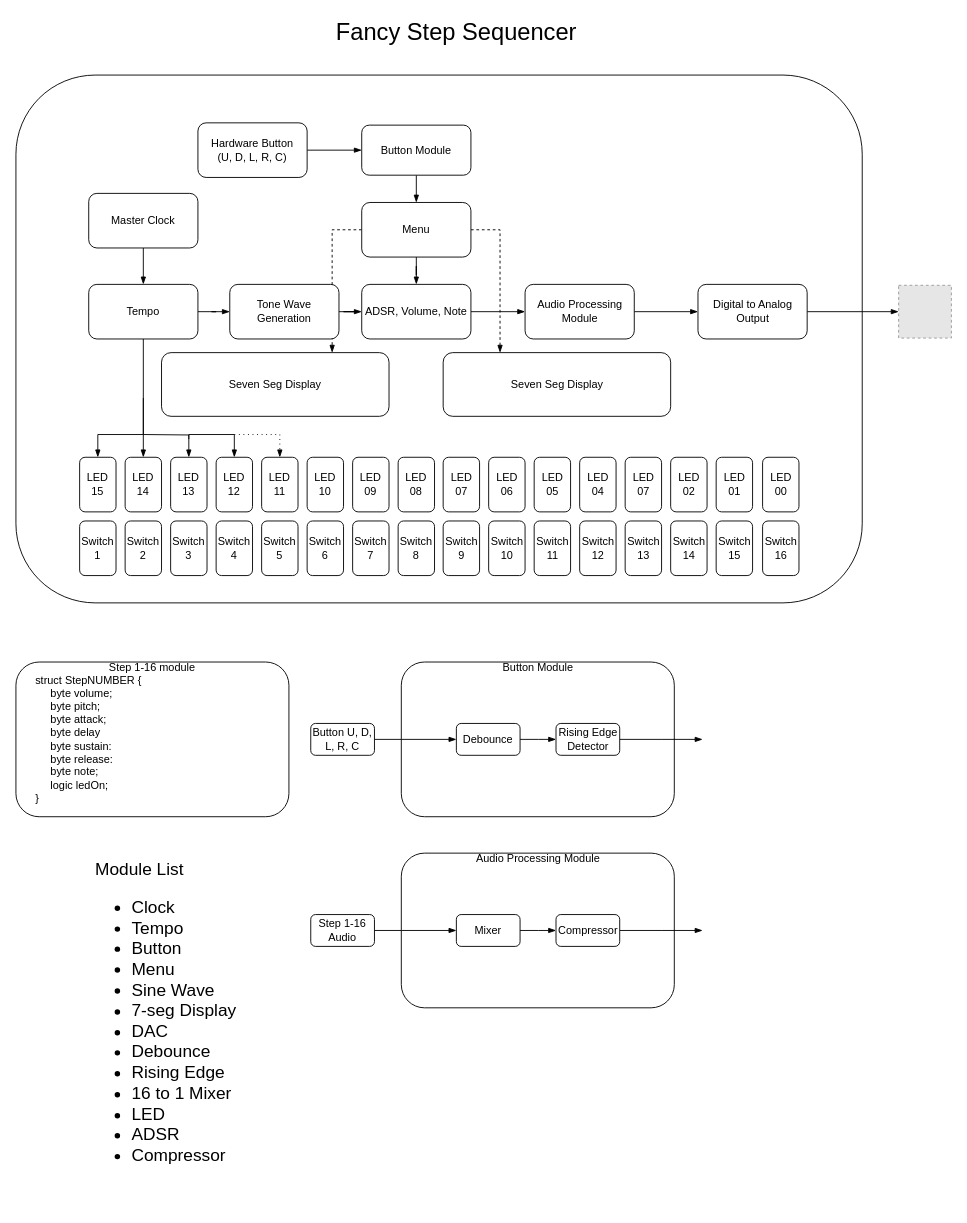
This is system-diagram/SystemDiagram.drawio from nathaniel-drechsler/16-Step-Sequencer, a draw.io file, before an edit. Source tidied: cells renumbered, new cells numbered last; positions are measured from the earlier drawing's top-left corner, leaving out a move shared by most shapes. Both pictures are drawn from the tidied source at 91%, with x=0, y=0 at pixel (15, 15). Pictures stored in the file or linked from it are replaced by grey dashed boxes.
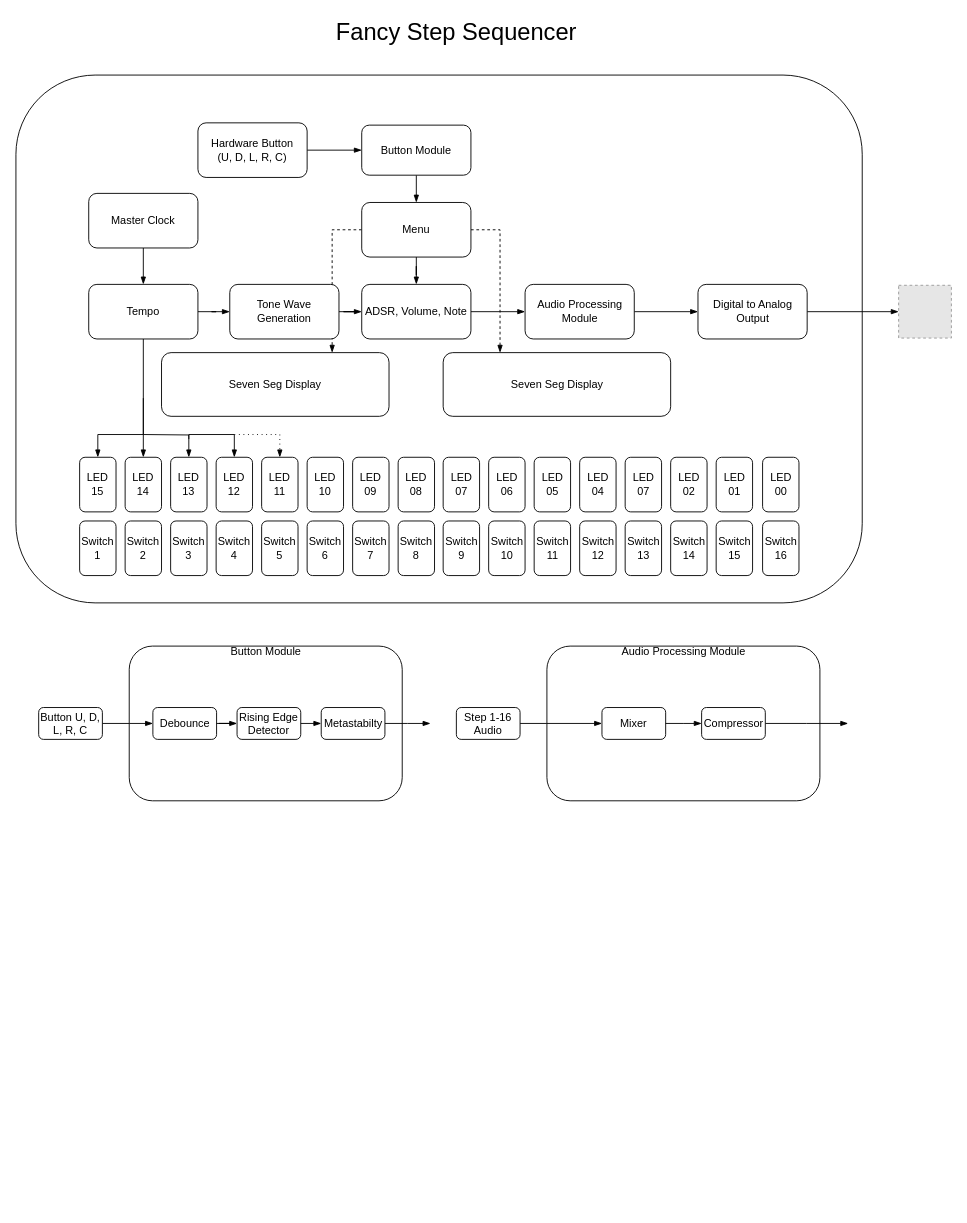
The same page after the edit.

The edit, as a diff of the source:
```diff
@@
     <mxCell id="3" value="&lt;div style=&quot;text-align: left&quot;&gt;&lt;span&gt;Button Module&lt;/span&gt;&lt;/div&gt;&lt;div style=&quot;text-align: left&quot;&gt;&lt;span&gt;&lt;br&gt;&lt;/span&gt;&lt;/div&gt;&lt;div style=&quot;text-align: left&quot;&gt;&lt;span&gt;&lt;br&gt;&lt;/span&gt;&lt;/div&gt;&lt;div style=&quot;text-align: left&quot;&gt;&lt;span&gt;&lt;br&gt;&lt;/span&gt;&lt;/div&gt;&lt;div style=&quot;text-align: left&quot;&gt;&lt;span&gt;&lt;br&gt;&lt;/span&gt;&lt;/div&gt;&lt;div style=&quot;text-align: left&quot;&gt;&lt;span&gt;&lt;br&gt;&lt;/span&gt;&lt;/div&gt;&lt;div style=&quot;text-align: left&quot;&gt;&lt;span&gt;&lt;br&gt;&lt;/span&gt;&lt;/div&gt;&lt;div style=&quot;text-align: left&quot;&gt;&lt;span&gt;&lt;br&gt;&lt;/span&gt;&lt;/div&gt;&lt;div style=&quot;text-align: left&quot;&gt;&lt;span&gt;&lt;br&gt;&lt;/span&gt;&lt;/div&gt;&lt;div style=&quot;text-align: left&quot;&gt;&lt;span&gt;&lt;br&gt;&lt;/span&gt;&lt;/div&gt;&lt;div style=&quot;text-align: left&quot;&gt;&lt;span&gt;&lt;br&gt;&lt;/span&gt;&lt;/div&gt;&lt;div style=&quot;text-align: left&quot;&gt;&lt;span&gt;&lt;br&gt;&lt;/span&gt;&lt;/div&gt;" style="rounded=1;whiteSpace=wrap;html=1;" parent="1" vertex="1">
-      <mxGeometry x="423.5" y="710" width="300" height="170" as="geometry" />
+      <mxGeometry x="124.5" y="692.5" width="300" height="170" as="geometry" />
     </mxCell>
@@
-    <mxCell id="23" style="group;" parent="1" vertex="1">
-      <mxGeometry y="710" width="300" height="170" as="geometry" />
-    </mxCell>
-    <mxCell id="24" value="Step 1-16 module&lt;br&gt;&lt;br&gt;&lt;br&gt;&lt;br&gt;&lt;br&gt;&lt;br&gt;&lt;br&gt;&lt;br&gt;&lt;br&gt;&lt;br&gt;&lt;br&gt;&lt;br&gt;" style="rounded=1;whiteSpace=wrap;html=1;" parent="23" vertex="1">
-      <mxGeometry width="300" height="170" as="geometry" />
-    </mxCell>
-    <mxCell id="25" value="&lt;div style=&quot;text-align: left&quot;&gt;struct StepNUMBER {&lt;/div&gt;&lt;div style=&quot;text-align: left&quot;&gt;&amp;nbsp; &amp;nbsp; &amp;nbsp;byte volume;&lt;/div&gt;&lt;div style=&quot;text-align: left&quot;&gt;&amp;nbsp; &amp;nbsp; &amp;nbsp;byte pitch;&lt;/div&gt;&lt;div style=&quot;text-align: left&quot;&gt;&amp;nbsp; &amp;nbsp; &amp;nbsp;byte attack;&lt;/div&gt;&lt;div style=&quot;text-align: left&quot;&gt;&amp;nbsp; &amp;nbsp; &amp;nbsp;byte delay&lt;br&gt;&lt;/div&gt;&lt;div style=&quot;text-align: left&quot;&gt;&amp;nbsp; &amp;nbsp; &amp;nbsp;byte sustain:&lt;br&gt;&lt;/div&gt;&lt;div style=&quot;text-align: left&quot;&gt;&amp;nbsp; &amp;nbsp; &amp;nbsp;byte release:&lt;br&gt;&lt;/div&gt;&lt;div style=&quot;text-align: left&quot;&gt;&amp;nbsp; &amp;nbsp; &amp;nbsp;byte note;&lt;/div&gt;&lt;div style=&quot;text-align: left&quot;&gt;&amp;nbsp; &amp;nbsp; &amp;nbsp;logic ledOn;&lt;/div&gt;&lt;div style=&quot;text-align: left&quot;&gt;}&lt;/div&gt;" style="text;html=1;strokeColor=none;fillColor=none;align=center;verticalAlign=middle;whiteSpace=wrap;rounded=0;" parent="23" vertex="1">
-      <mxGeometry x="20" y="15" width="120" height="140" as="geometry" />
-    </mxCell>
@@
     <mxCell id="68" value="Button U, D, L, R, C" style="rounded=1;whiteSpace=wrap;html=1;" parent="1" vertex="1">
-      <mxGeometry x="324" y="777.5" width="70" height="35" as="geometry" />
+      <mxGeometry x="25" y="760" width="70" height="35" as="geometry" />
     </mxCell>
     <mxCell id="69" value="Debounce" style="rounded=1;whiteSpace=wrap;html=1;" parent="1" vertex="1">
-      <mxGeometry x="484" y="777.5" width="70" height="35" as="geometry" />
+      <mxGeometry x="150.5" y="760" width="70" height="35" as="geometry" />
     </mxCell>
-    <mxCell id="70" style="edgeStyle=orthogonalEdgeStyle;rounded=0;jettySize=auto;html=1;endArrow=blockThin;endFill=1;" parent="1" edge="1" source="71">
+    <mxCell id="70" style="edgeStyle=orthogonalEdgeStyle;rounded=0;jettySize=auto;html=1;endArrow=blockThin;endFill=1;exitX=1;exitY=0.5;exitDx=0;exitDy=0;" parent="1" edge="1" source="84">
       <mxGeometry relative="1" as="geometry">
-        <mxPoint x="754.5" y="795" as="targetPoint" />
+        <mxPoint x="455.5" y="777.5" as="targetPoint" />
       </mxGeometry>
     </mxCell>
     <mxCell id="71" value="Rising Edge Detector" style="rounded=1;whiteSpace=wrap;html=1;" parent="1" vertex="1">
-      <mxGeometry x="593.5" y="777.5" width="70" height="35" as="geometry" />
+      <mxGeometry x="243" y="760" width="70" height="35" as="geometry" />
     </mxCell>
@@
-    <mxCell id="73" value="&lt;div style=&quot;text-align: left&quot;&gt;&lt;span style=&quot;font-size: 19px&quot;&gt;Module List&lt;/span&gt;&lt;/div&gt;&lt;font style=&quot;font-size: 19px&quot;&gt;&lt;div style=&quot;text-align: left&quot;&gt;&lt;ul&gt;&lt;li&gt;Clock&lt;br&gt;&lt;/li&gt;&lt;li&gt;Tempo&lt;br&gt;&lt;/li&gt;&lt;li&gt;Button&lt;br&gt;&lt;/li&gt;&lt;li&gt;Menu&lt;br&gt;&lt;/li&gt;&lt;li&gt;Sine Wave&lt;br&gt;&lt;/li&gt;&lt;li&gt;7-seg Display&lt;br&gt;&lt;/li&gt;&lt;li&gt;DAC&lt;/li&gt;&lt;li&gt;Debounce&lt;/li&gt;&lt;li&gt;Rising Edge&lt;/li&gt;&lt;li&gt;16 to 1 Mixer&lt;/li&gt;&lt;li&gt;LED&lt;/li&gt;&lt;li&gt;ADSR&lt;/li&gt;&lt;li&gt;Compressor&lt;/li&gt;&lt;/ul&gt;&lt;/div&gt;&lt;/font&gt;" style="text;html=1;strokeColor=none;fillColor=none;align=center;verticalAlign=middle;whiteSpace=wrap;rounded=0;" parent="1" vertex="1">
-      <mxGeometry x="30" y="900" width="270" height="410" as="geometry" />
-    </mxCell>
@@
     <mxCell id="77" value="&lt;div style=&quot;text-align: left&quot;&gt;Audio Processing Module&lt;/div&gt;&lt;div style=&quot;text-align: left&quot;&gt;&lt;br&gt;&lt;/div&gt;&lt;div style=&quot;text-align: left&quot;&gt;&lt;br&gt;&lt;/div&gt;&lt;div style=&quot;text-align: left&quot;&gt;&lt;br&gt;&lt;/div&gt;&lt;div style=&quot;text-align: left&quot;&gt;&lt;br&gt;&lt;/div&gt;&lt;div style=&quot;text-align: left&quot;&gt;&lt;br&gt;&lt;/div&gt;&lt;div style=&quot;text-align: left&quot;&gt;&lt;br&gt;&lt;/div&gt;&lt;div style=&quot;text-align: left&quot;&gt;&lt;br&gt;&lt;/div&gt;&lt;div style=&quot;text-align: left&quot;&gt;&lt;br&gt;&lt;/div&gt;&lt;div style=&quot;text-align: left&quot;&gt;&lt;br&gt;&lt;/div&gt;&lt;div style=&quot;text-align: left&quot;&gt;&lt;br&gt;&lt;/div&gt;&lt;div style=&quot;text-align: left&quot;&gt;&lt;br&gt;&lt;/div&gt;" style="rounded=1;whiteSpace=wrap;html=1;" parent="1" vertex="1">
-      <mxGeometry x="423.5" y="920" width="300" height="170" as="geometry" />
+      <mxGeometry x="583.5" y="692.5" width="300" height="170" as="geometry" />
     </mxCell>
@@
     <mxCell id="79" value="Step 1-16 Audio" style="rounded=1;whiteSpace=wrap;html=1;" parent="1" vertex="1">
-      <mxGeometry x="324" y="987.5" width="70" height="35" as="geometry" />
+      <mxGeometry x="484" y="760" width="70" height="35" as="geometry" />
     </mxCell>
     <mxCell id="80" value="Mixer" style="rounded=1;whiteSpace=wrap;html=1;" parent="1" vertex="1">
-      <mxGeometry x="484" y="987.5" width="70" height="35" as="geometry" />
+      <mxGeometry x="644" y="760" width="70" height="35" as="geometry" />
     </mxCell>
     <mxCell id="81" style="edgeStyle=orthogonalEdgeStyle;rounded=0;jettySize=auto;html=1;endArrow=blockThin;endFill=1;" parent="1" edge="1" source="82">
       <mxGeometry relative="1" as="geometry">
-        <mxPoint x="754.5" y="1005" as="targetPoint" />
+        <mxPoint x="914.5" y="777.5" as="targetPoint" />
       </mxGeometry>
     </mxCell>
     <mxCell id="82" value="Compressor" style="rounded=1;whiteSpace=wrap;html=1;" parent="1" vertex="1">
-      <mxGeometry x="593.5" y="987.5" width="70" height="35" as="geometry" />
+      <mxGeometry x="753.5" y="760" width="70" height="35" as="geometry" />
     </mxCell>
@@
+    <mxCell id="84" value="Metastabilty" style="rounded=1;whiteSpace=wrap;html=1;" parent="1" vertex="1">
+      <mxGeometry x="335.5" y="760" width="70" height="35" as="geometry" />
+    </mxCell>
+    <mxCell id="85" style="edgeStyle=orthogonalEdgeStyle;rounded=0;jettySize=auto;html=1;endArrow=blockThin;endFill=1;entryX=0;entryY=0.5;entryDx=0;entryDy=0;exitX=1;exitY=0.5;exitDx=0;exitDy=0;" parent="1" edge="1" source="71" target="84">
+      <mxGeometry relative="1" as="geometry" />
+    </mxCell>
```
